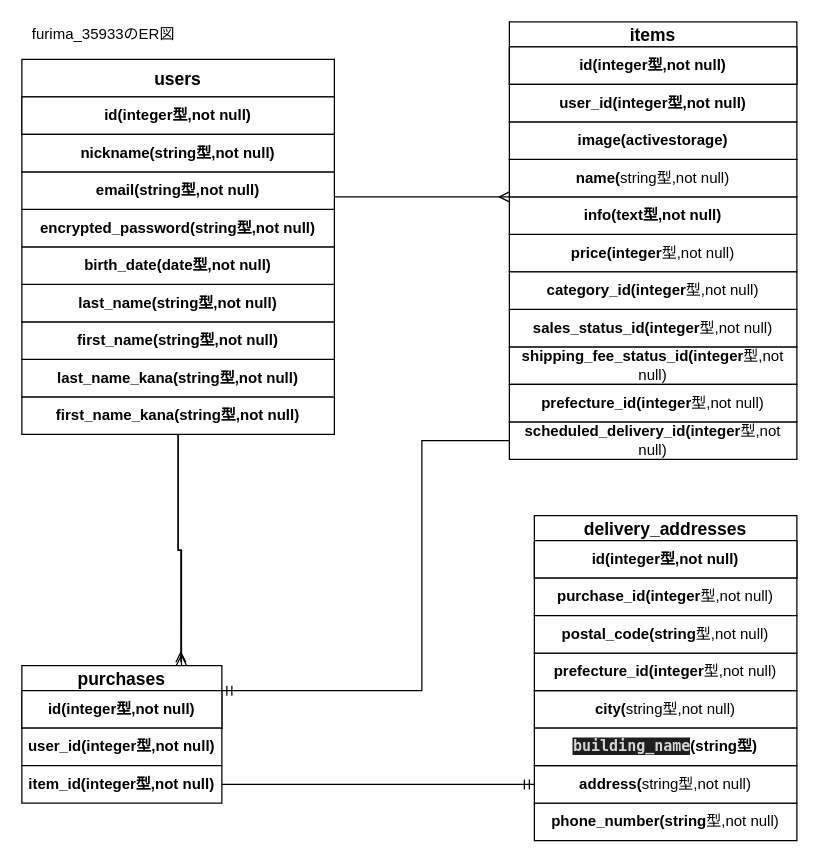
The draw.io diagram test.dio in tubuyakisyun/furima-35933, before the edit. Source tidied: cells renumbered, new cells numbered last; positions are measured from the earlier drawing's top-left corner, leaving out a move shared by most shapes. Both pictures are drawn from the tidied source at 125%, with x=0, y=0 at pixel (21, 21).
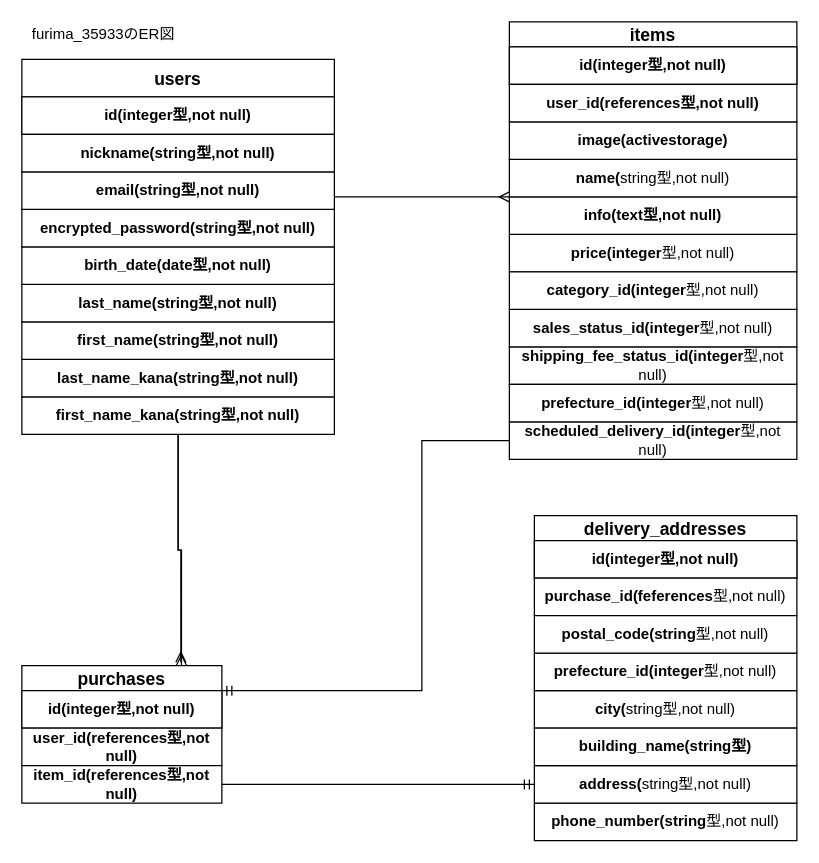
The same page after the edit.

Commit message (it also covers changes not shown here):
ERずにある外部キーの型：references型に変更しました

Change to the diagram source:
```diff
@@
-    <mxCell id="25" value="user_id(integer型,not null)" style="whiteSpace=wrap;html=1;rounded=0;shadow=0;align=center;fontStyle=1;" parent="1" vertex="1">
+    <mxCell id="25" value="user_id(references&lt;span&gt;型,not null)&lt;/span&gt;" style="whiteSpace=wrap;html=1;rounded=0;shadow=0;align=center;fontStyle=1;" parent="1" vertex="1">
       <mxGeometry y="565" width="160" height="30" as="geometry" />
     </mxCell>
@@
-    <mxCell id="33" value="purchase_id(integer&lt;span style=&quot;font-weight: 400&quot;&gt;型,not null)&lt;/span&gt;" style="whiteSpace=wrap;html=1;rounded=0;shadow=0;align=center;fontStyle=1;" parent="1" vertex="1">
+    <mxCell id="33" value="purchase_id(feferences&lt;span style=&quot;font-weight: 400&quot;&gt;型,not null)&lt;/span&gt;" style="whiteSpace=wrap;html=1;rounded=0;shadow=0;align=center;fontStyle=1;" parent="1" vertex="1">
       <mxGeometry x="410" y="445" width="210" height="30" as="geometry" />
     </mxCell>
@@
-    <mxCell id="39" value="user_id(integer型,not null)" style="whiteSpace=wrap;html=1;rounded=0;shadow=0;align=center;fontStyle=1;" parent="1" vertex="1">
+    <mxCell id="39" value="user_id(references型,not null)" style="whiteSpace=wrap;html=1;rounded=0;shadow=0;align=center;fontStyle=1;" parent="1" vertex="1">
       <mxGeometry x="390" y="50" width="230" height="30" as="geometry" />
     </mxCell>
@@
-    <mxCell id="41" value="item_id(integer型,not null)" style="whiteSpace=wrap;html=1;rounded=0;shadow=0;align=center;fontStyle=1;" parent="1" vertex="1">
+    <mxCell id="41" value="item_id(references型,not null)" style="whiteSpace=wrap;html=1;rounded=0;shadow=0;align=center;fontStyle=1;" parent="1" vertex="1">
       <mxGeometry y="595" width="160" height="30" as="geometry" />
     </mxCell>
-    <mxCell id="42" value="&lt;span style=&quot;background-color: rgb(30 , 30 , 30) ; color: rgb(212 , 212 , 212) ; font-family: &amp;#34;menlo&amp;#34; , &amp;#34;monaco&amp;#34; , &amp;#34;courier new&amp;#34; , monospace&quot;&gt;building_name&lt;/span&gt;(string型)" style="whiteSpace=wrap;html=1;rounded=0;shadow=0;align=center;fontStyle=1;" parent="1" vertex="1">
+    <mxCell id="42" value="building_name(string型)" style="whiteSpace=wrap;html=1;rounded=0;shadow=0;align=center;fontStyle=1;" parent="1" vertex="1">
       <mxGeometry x="410" y="565" width="210" height="30" as="geometry" />
     </mxCell>
```
